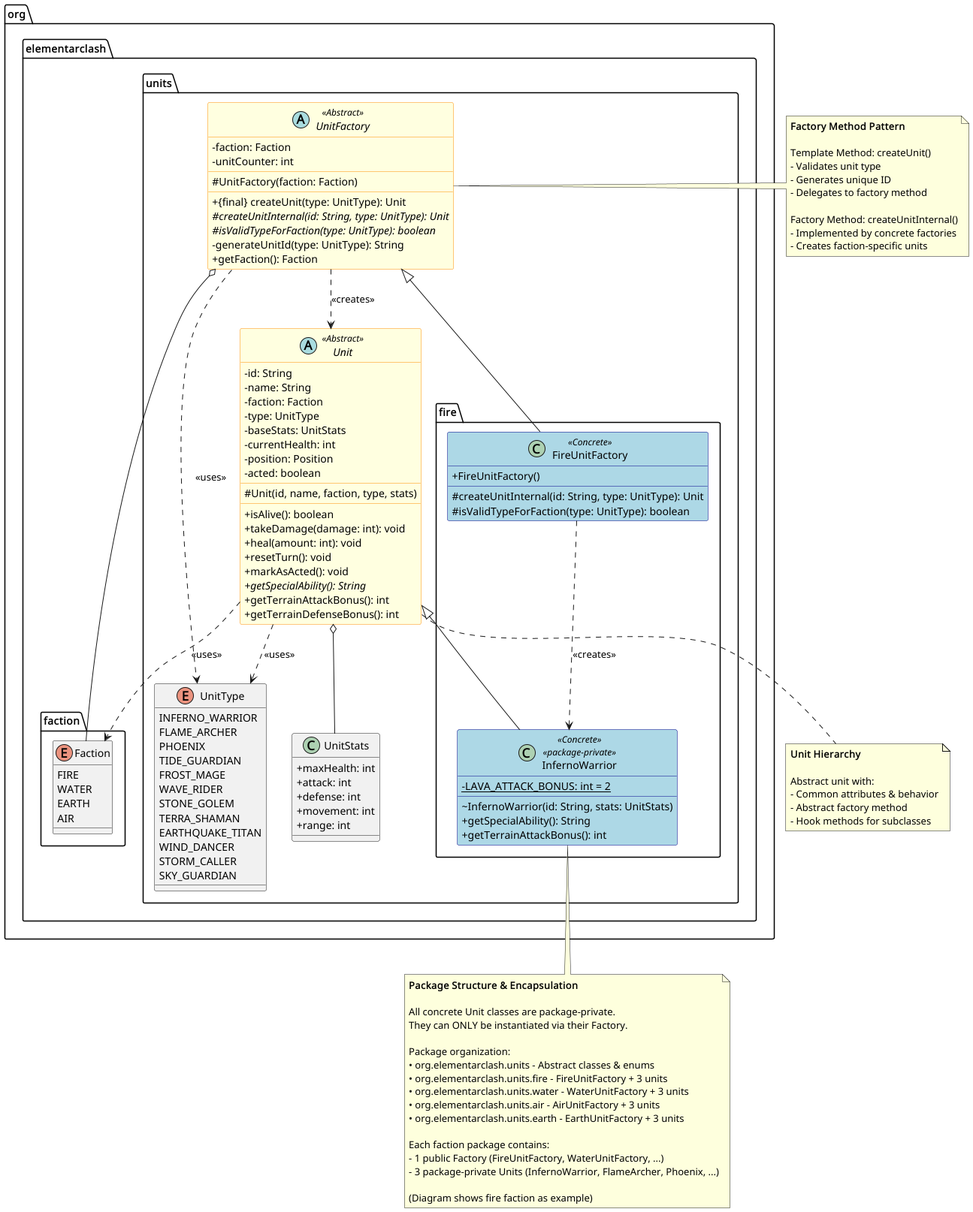
Earlier version of the PlantUML export docs/LaTeX/images/Factory_Method_Pattern___ElementarClash.png (mmukex/elementarClash). Its diagram source:
```plantuml
@startuml Factory Method Pattern - ElementarClash

!define ABSTRACT_CLASS abstract class
!define INTERFACE interface

skinparam classAttributeIconSize 0
skinparam shadowing false
skinparam class {
    BackgroundColor<<Abstract>> LightYellow
    BorderColor<<Abstract>> DarkOrange
    BackgroundColor<<Concrete>> LightBlue
    BorderColor<<Concrete>> DarkBlue
}

package "org.elementarclash.faction" {
    enum Faction {
        FIRE
        WATER
        EARTH
        AIR
    }
}

package "org.elementarclash.units" {

    ABSTRACT_CLASS UnitFactory <<Abstract>> {
        - faction: Faction
        - unitCounter: int
        __
        # UnitFactory(faction: Faction)
        __
        + {final} createUnit(type: UnitType): Unit
        # {abstract} createUnitInternal(id: String, type: UnitType): Unit
        # {abstract} isValidTypeForFaction(type: UnitType): boolean
        - generateUnitId(type: UnitType): String
        + getFaction(): Faction
    }

    ABSTRACT_CLASS Unit <<Abstract>> {
        - id: String
        - name: String
        - faction: Faction
        - type: UnitType
        - baseStats: UnitStats
        - currentHealth: int
        - position: Position
        - acted: boolean
        __
        # Unit(id, name, faction, type, stats)
        __
        + isAlive(): boolean
        + takeDamage(damage: int): void
        + heal(amount: int): void
        + resetTurn(): void
        + markAsActed(): void
        + {abstract} getSpecialAbility(): String
        + getTerrainAttackBonus(): int
        + getTerrainDefenseBonus(): int
    }

    enum UnitType {
        INFERNO_WARRIOR
        FLAME_ARCHER
        PHOENIX
        TIDE_GUARDIAN
        FROST_MAGE
        WAVE_RIDER
        STONE_GOLEM
        TERRA_SHAMAN
        EARTHQUAKE_TITAN
        WIND_DANCER
        STORM_CALLER
        SKY_GUARDIAN
    }

    class UnitStats {
        + maxHealth: int
        + attack: int
        + defense: int
        + movement: int
        + range: int
    }
}

package "org.elementarclash.units.fire" {
    class FireUnitFactory <<Concrete>> {
        + FireUnitFactory()
        __
        # createUnitInternal(id: String, type: UnitType): Unit
        # isValidTypeForFaction(type: UnitType): boolean
    }

    class InfernoWarrior <<Concrete>> <<package-private>> {
        - {static} LAVA_ATTACK_BONUS: int = 2
        __
        ~ InfernoWarrior(id: String, stats: UnitStats)
        + getSpecialAbility(): String
        + getTerrainAttackBonus(): int
    }
}

UnitFactory <|-- FireUnitFactory

Unit <|-- InfernoWarrior

UnitFactory ..> Unit : <<creates>>
FireUnitFactory ..> InfernoWarrior : <<creates>>

UnitFactory ..> UnitType : <<uses>>
UnitFactory o-- Faction
Unit o-- UnitStats
Unit ..> Faction : <<uses>>
Unit ..> UnitType : <<uses>>

note right of UnitFactory
  **Factory Method Pattern**

  Template Method: createUnit()
  - Validates unit type
  - Generates unique ID
  - Delegates to factory method

  Factory Method: createUnitInternal()
  - Implemented by concrete factories
  - Creates faction-specific units
end note

note bottom of Unit
  **Unit Hierarchy**

  Abstract unit with:
  - Common attributes & behavior
  - Abstract factory method
  - Hook methods for subclasses
end note

note bottom of InfernoWarrior
  **Package Structure & Encapsulation**

  All concrete Unit classes are package-private.
  They can ONLY be instantiated via their Factory.

  Package organization:
  • org.elementarclash.units - Abstract classes & enums
  • org.elementarclash.units.fire - FireUnitFactory + 3 units
  • org.elementarclash.units.water - WaterUnitFactory + 3 units
  • org.elementarclash.units.air - AirUnitFactory + 3 units
  • org.elementarclash.units.earth - EarthUnitFactory + 3 units

  Each faction package contains:
  - 1 public Factory (FireUnitFactory, WaterUnitFactory, ...)
  - 3 package-private Units (InfernoWarrior, FlameArcher, Phoenix, ...)

  (Diagram shows fire faction as example)
end note


@enduml
```
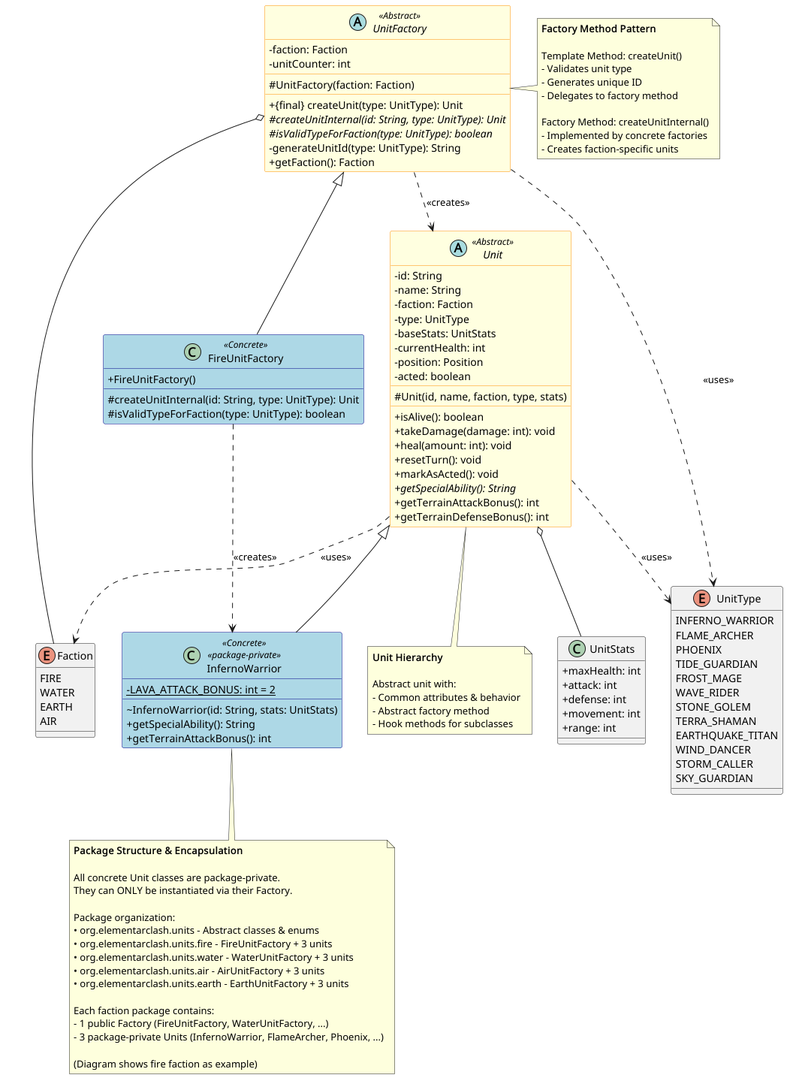
After the commit.

Change to the diagram source:
```diff
@@ -12,91 +12,84 @@
     BorderColor<<Concrete>> DarkBlue
 }
 
-package "org.elementarclash.faction" {
-    enum Faction {
-        FIRE
-        WATER
-        EARTH
-        AIR
-    }
+enum Faction {
+    FIRE
+    WATER
+    EARTH
+    AIR
 }
 
-package "org.elementarclash.units" {
-
-    ABSTRACT_CLASS UnitFactory <<Abstract>> {
-        - faction: Faction
-        - unitCounter: int
-        __
-        # UnitFactory(faction: Faction)
-        __
-        + {final} createUnit(type: UnitType): Unit
-        # {abstract} createUnitInternal(id: String, type: UnitType): Unit
-        # {abstract} isValidTypeForFaction(type: UnitType): boolean
-        - generateUnitId(type: UnitType): String
-        + getFaction(): Faction
-    }
-
-    ABSTRACT_CLASS Unit <<Abstract>> {
-        - id: String
-        - name: String
-        - faction: Faction
-        - type: UnitType
-        - baseStats: UnitStats
-        - currentHealth: int
-        - position: Position
-        - acted: boolean
-        __
-        # Unit(id, name, faction, type, stats)
-        __
-        + isAlive(): boolean
-        + takeDamage(damage: int): void
-        + heal(amount: int): void
-        + resetTurn(): void
-        + markAsActed(): void
-        + {abstract} getSpecialAbility(): String
-        + getTerrainAttackBonus(): int
-        + getTerrainDefenseBonus(): int
-    }
-
-    enum UnitType {
-        INFERNO_WARRIOR
-        FLAME_ARCHER
-        PHOENIX
-        TIDE_GUARDIAN
-        FROST_MAGE
-        WAVE_RIDER
-        STONE_GOLEM
-        TERRA_SHAMAN
-        EARTHQUAKE_TITAN
-        WIND_DANCER
-        STORM_CALLER
-        SKY_GUARDIAN
-    }
-
-    class UnitStats {
-        + maxHealth: int
-        + attack: int
-        + defense: int
-        + movement: int
-        + range: int
-    }
+ABSTRACT_CLASS UnitFactory <<Abstract>> {
+    - faction: Faction
+    - unitCounter: int
+    __
+    # UnitFactory(faction: Faction)
+    __
+    + {final} createUnit(type: UnitType): Unit
+    # {abstract} createUnitInternal(id: String, type: UnitType): Unit
+    # {abstract} isValidTypeForFaction(type: UnitType): boolean
+    - generateUnitId(type: UnitType): String
+    + getFaction(): Faction
 }
 
-package "org.elementarclash.units.fire" {
-    class FireUnitFactory <<Concrete>> {
-        + FireUnitFactory()
-        __
-        # createUnitInternal(id: String, type: UnitType): Unit
-        # isValidTypeForFaction(type: UnitType): boolean
-    }
+ABSTRACT_CLASS Unit <<Abstract>> {
+    - id: String
+    - name: String
+    - faction: Faction
+    - type: UnitType
+    - baseStats: UnitStats
+    - currentHealth: int
+    - position: Position
+    - acted: boolean
+    __
+    # Unit(id, name, faction, type, stats)
+    __
+    + isAlive(): boolean
+    + takeDamage(damage: int): void
+    + heal(amount: int): void
+    + resetTurn(): void
+    + markAsActed(): void
+    + {abstract} getSpecialAbility(): String
+    + getTerrainAttackBonus(): int
+    + getTerrainDefenseBonus(): int
+}
 
-    class InfernoWarrior <<Concrete>> <<package-private>> {
-        - {static} LAVA_ATTACK_BONUS: int = 2
-        __
-        ~ InfernoWarrior(id: String, stats: UnitStats)
-        + getSpecialAbility(): String
-        + getTerrainAttackBonus(): int
-    }
+enum UnitType {
+    INFERNO_WARRIOR
+    FLAME_ARCHER
+    PHOENIX
+    TIDE_GUARDIAN
+    FROST_MAGE
+    WAVE_RIDER
+    STONE_GOLEM
+    TERRA_SHAMAN
+    EARTHQUAKE_TITAN
+    WIND_DANCER
+    STORM_CALLER
+    SKY_GUARDIAN
+}
+
+class UnitStats {
+    + maxHealth: int
+    + attack: int
+    + defense: int
+    + movement: int
+    + range: int
+}
+
+class FireUnitFactory <<Concrete>> {
+    + FireUnitFactory()
+    __
+    # createUnitInternal(id: String, type: UnitType): Unit
+    # isValidTypeForFaction(type: UnitType): boolean
+}
+
+class InfernoWarrior <<Concrete>> <<package-private>> {
+    - {static} LAVA_ATTACK_BONUS: int = 2
+    __
+    ~ InfernoWarrior(id: String, stats: UnitStats)
+    + getSpecialAbility(): String
+    + getTerrainAttackBonus(): int
 }
 
 UnitFactory <|-- FireUnitFactory
```
